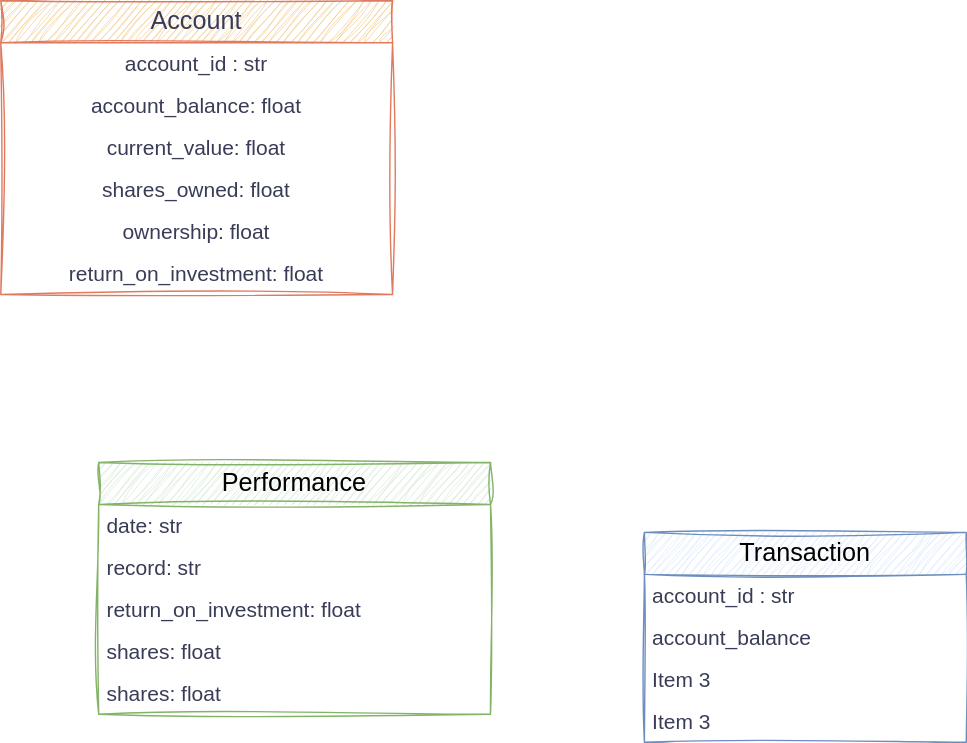
The draw.io diagram diagrams/Models.svg in bellanov/the-private-ledger, before a commit. Source tidied: cells renumbered, new cells last; positions are measured from the earlier drawing's top-left corner, leaving out a move shared by most shapes.
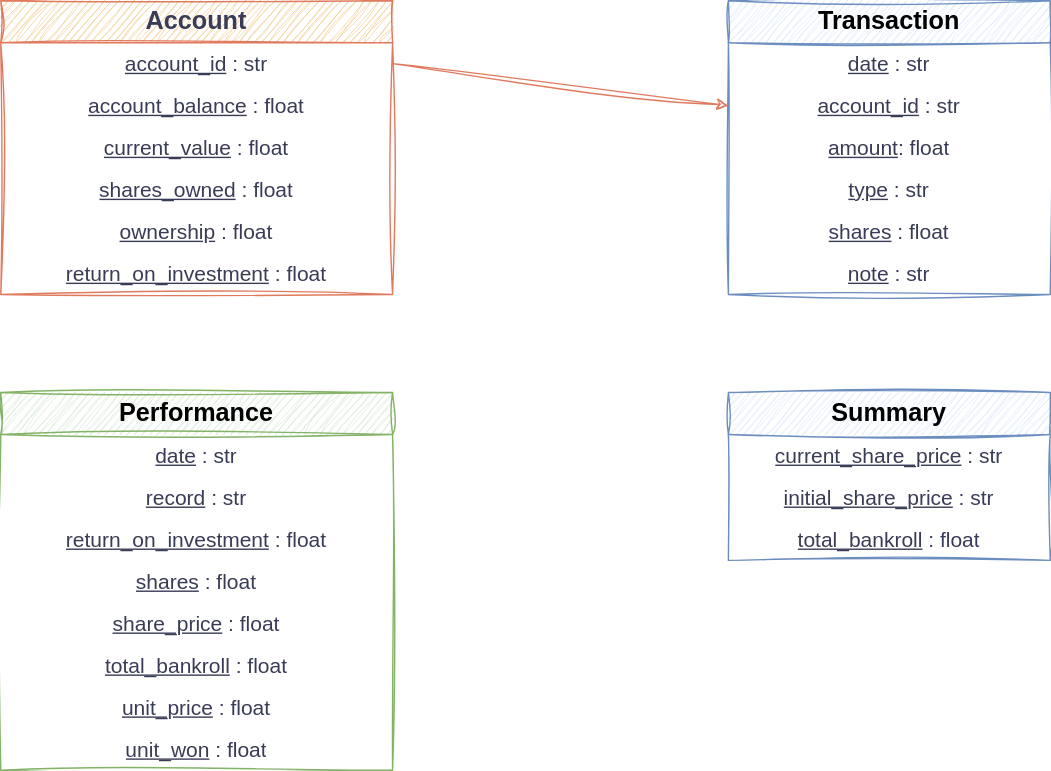
Above is the later version.

Commit message:
Initial Summary Data

Change to the diagram source:
```diff
@@ -2,59 +2,89 @@
   <root>
     <mxCell id="0" />
     <mxCell id="1" parent="0" />
-    <mxCell id="2" value="Account" style="swimlane;fontStyle=0;horizontal=1;startSize=30;whiteSpace=wrap;html=1;sketch=1;hachureGap=4;jiggle=2;curveFitting=1;strokeColor=#E07A5F;fontFamily=Helvetica;fontColor=#393C56;fillColor=#F2CC8F;fontSize=18;" parent="1" vertex="1">
+    <mxCell id="2" value="Account" style="swimlane;fontStyle=1;horizontal=1;startSize=30;whiteSpace=wrap;html=1;sketch=1;hachureGap=4;jiggle=2;curveFitting=1;strokeColor=#E07A5F;fontFamily=Helvetica;fontColor=#393C56;fillColor=#F2CC8F;fontSize=18;" parent="1" vertex="1">
       <mxGeometry width="280" height="210" as="geometry" />
     </mxCell>
-    <mxCell id="3" value="account_id : str" style="text;strokeColor=none;fillColor=none;align=center;verticalAlign=middle;spacingLeft=4;spacingRight=4;overflow=hidden;points=[[0,0.5],[1,0.5]];portConstraint=eastwest;whiteSpace=wrap;html=1;fontFamily=Helvetica;fontColor=#393C56;fontSize=15;spacingBottom=0;" parent="2" vertex="1">
+    <mxCell id="3" value="&lt;u&gt;account_id&lt;/u&gt; : str" style="text;strokeColor=none;fillColor=none;align=center;verticalAlign=middle;spacingLeft=4;spacingRight=4;overflow=hidden;points=[[0,0.5],[1,0.5]];portConstraint=eastwest;whiteSpace=wrap;html=1;fontFamily=Helvetica;fontColor=#393C56;fontSize=15;spacingBottom=0;" parent="2" vertex="1">
       <mxGeometry y="30" width="280" height="30" as="geometry" />
     </mxCell>
-    <mxCell id="4" value="account_balance: float" style="text;strokeColor=none;fillColor=none;align=center;verticalAlign=middle;spacingLeft=4;spacingRight=4;overflow=hidden;whiteSpace=wrap;html=1;fontFamily=Helvetica;fontColor=#393C56;fontSize=15;" parent="2" vertex="1">
+    <mxCell id="4" value="&lt;u&gt;account_balance&lt;/u&gt; : float" style="text;strokeColor=none;fillColor=none;align=center;verticalAlign=middle;spacingLeft=4;spacingRight=4;overflow=hidden;whiteSpace=wrap;html=1;fontFamily=Helvetica;fontColor=#393C56;fontSize=15;" parent="2" vertex="1">
       <mxGeometry y="60" width="280" height="30" as="geometry" />
     </mxCell>
-    <mxCell id="5" value="current_value: float" style="text;strokeColor=none;fillColor=none;align=center;verticalAlign=middle;spacingLeft=4;spacingRight=4;overflow=hidden;whiteSpace=wrap;html=1;fontFamily=Helvetica;fontColor=#393C56;fontSize=15;" parent="2" vertex="1">
+    <mxCell id="5" value="&lt;u&gt;current_value&lt;/u&gt; : float" style="text;strokeColor=none;fillColor=none;align=center;verticalAlign=middle;spacingLeft=4;spacingRight=4;overflow=hidden;whiteSpace=wrap;html=1;fontFamily=Helvetica;fontColor=#393C56;fontSize=15;" parent="2" vertex="1">
       <mxGeometry y="90" width="280" height="30" as="geometry" />
     </mxCell>
-    <mxCell id="6" value="shares_owned: float" style="text;strokeColor=none;fillColor=none;align=center;verticalAlign=middle;spacingLeft=4;spacingRight=4;overflow=hidden;whiteSpace=wrap;html=1;fontFamily=Helvetica;fontColor=#393C56;fontSize=15;" parent="2" vertex="1">
+    <mxCell id="6" value="&lt;u&gt;shares_owned&lt;/u&gt; : float" style="text;strokeColor=none;fillColor=none;align=center;verticalAlign=middle;spacingLeft=4;spacingRight=4;overflow=hidden;whiteSpace=wrap;html=1;fontFamily=Helvetica;fontColor=#393C56;fontSize=15;" parent="2" vertex="1">
       <mxGeometry y="120" width="280" height="30" as="geometry" />
     </mxCell>
-    <mxCell id="7" value="ownership: float" style="text;strokeColor=none;fillColor=none;align=center;verticalAlign=middle;spacingLeft=4;spacingRight=4;overflow=hidden;whiteSpace=wrap;html=1;fontFamily=Helvetica;fontColor=#393C56;fontSize=15;" parent="2" vertex="1">
+    <mxCell id="7" value="&lt;u&gt;ownership&lt;/u&gt; : float" style="text;strokeColor=none;fillColor=none;align=center;verticalAlign=middle;spacingLeft=4;spacingRight=4;overflow=hidden;whiteSpace=wrap;html=1;fontFamily=Helvetica;fontColor=#393C56;fontSize=15;" parent="2" vertex="1">
       <mxGeometry y="150" width="280" height="30" as="geometry" />
     </mxCell>
-    <mxCell id="8" value="return_on_investment: float" style="text;strokeColor=none;fillColor=none;align=center;verticalAlign=middle;spacingLeft=4;spacingRight=4;overflow=hidden;whiteSpace=wrap;html=1;fontFamily=Helvetica;fontColor=#393C56;fontSize=15;" parent="2" vertex="1">
+    <mxCell id="8" value="&lt;u&gt;return_on_investment&lt;/u&gt; : float" style="text;strokeColor=none;fillColor=none;align=center;verticalAlign=middle;spacingLeft=4;spacingRight=4;overflow=hidden;whiteSpace=wrap;html=1;fontFamily=Helvetica;fontColor=#393C56;fontSize=15;" parent="2" vertex="1">
       <mxGeometry y="180" width="280" height="30" as="geometry" />
     </mxCell>
-    <mxCell id="9" value="Performance" style="swimlane;fontStyle=0;horizontal=1;startSize=30;whiteSpace=wrap;html=1;sketch=1;hachureGap=4;jiggle=2;curveFitting=1;strokeColor=#82b366;fontFamily=Helvetica;fillColor=#d5e8d4;fontSize=18;align=center;" parent="1" vertex="1">
-      <mxGeometry x="70" y="330" width="280" height="180" as="geometry" />
+    <mxCell id="9" value="Performance" style="swimlane;fontStyle=1;horizontal=1;startSize=30;whiteSpace=wrap;html=1;sketch=1;hachureGap=4;jiggle=2;curveFitting=1;strokeColor=#82b366;fontFamily=Helvetica;fillColor=#d5e8d4;fontSize=18;align=center;" parent="1" vertex="1">
+      <mxGeometry y="280" width="280" height="270" as="geometry" />
     </mxCell>
-    <mxCell id="10" value="date: str" style="text;strokeColor=none;fillColor=none;align=left;verticalAlign=middle;spacingLeft=4;spacingRight=4;overflow=hidden;whiteSpace=wrap;html=1;fontFamily=Helvetica;fontColor=#393C56;fontSize=15;" parent="9" vertex="1">
+    <mxCell id="10" value="&lt;u&gt;date&lt;/u&gt; : str" style="text;strokeColor=none;fillColor=none;align=center;verticalAlign=middle;spacingLeft=4;spacingRight=4;overflow=hidden;whiteSpace=wrap;html=1;fontFamily=Helvetica;fontColor=#393C56;fontSize=15;" parent="9" vertex="1">
       <mxGeometry y="30" width="280" height="30" as="geometry" />
     </mxCell>
-    <mxCell id="11" value="record: str" style="text;strokeColor=none;fillColor=none;align=left;verticalAlign=middle;spacingLeft=4;spacingRight=4;overflow=hidden;whiteSpace=wrap;html=1;fontFamily=Helvetica;fontColor=#393C56;fontSize=15;" parent="9" vertex="1">
+    <mxCell id="11" value="&lt;u&gt;record&lt;/u&gt; : str" style="text;strokeColor=none;fillColor=none;align=center;verticalAlign=middle;spacingLeft=4;spacingRight=4;overflow=hidden;whiteSpace=wrap;html=1;fontFamily=Helvetica;fontColor=#393C56;fontSize=15;" parent="9" vertex="1">
       <mxGeometry y="60" width="280" height="30" as="geometry" />
     </mxCell>
-    <mxCell id="12" value="return_on_investment: float" style="text;strokeColor=none;fillColor=none;align=left;verticalAlign=middle;spacingLeft=4;spacingRight=4;overflow=hidden;whiteSpace=wrap;html=1;fontFamily=Helvetica;fontColor=#393C56;fontSize=15;" parent="9" vertex="1">
+    <mxCell id="12" value="&lt;u&gt;return_on_investment&lt;/u&gt; : float" style="text;strokeColor=none;fillColor=none;align=center;verticalAlign=middle;spacingLeft=4;spacingRight=4;overflow=hidden;whiteSpace=wrap;html=1;fontFamily=Helvetica;fontColor=#393C56;fontSize=15;" parent="9" vertex="1">
       <mxGeometry y="90" width="280" height="30" as="geometry" />
     </mxCell>
-    <mxCell id="13" value="shares: float" style="text;strokeColor=none;fillColor=none;align=left;verticalAlign=middle;spacingLeft=4;spacingRight=4;overflow=hidden;whiteSpace=wrap;html=1;fontFamily=Helvetica;fontColor=#393C56;fontSize=15;" parent="9" vertex="1">
+    <mxCell id="13" value="&lt;u&gt;shares&lt;/u&gt; : float" style="text;strokeColor=none;fillColor=none;align=center;verticalAlign=middle;spacingLeft=4;spacingRight=4;overflow=hidden;whiteSpace=wrap;html=1;fontFamily=Helvetica;fontColor=#393C56;fontSize=15;" parent="9" vertex="1">
       <mxGeometry y="120" width="280" height="30" as="geometry" />
     </mxCell>
-    <mxCell id="14" value="shares: float" style="text;strokeColor=none;fillColor=none;align=left;verticalAlign=middle;spacingLeft=4;spacingRight=4;overflow=hidden;whiteSpace=wrap;html=1;fontFamily=Helvetica;fontColor=#393C56;fontSize=15;" parent="9" vertex="1">
+    <mxCell id="14" value="&lt;u&gt;share_price&lt;/u&gt;&amp;nbsp;&lt;span style=&quot;background-color: transparent; color: light-dark(rgb(57, 60, 86), rgb(182, 184, 207));&quot;&gt;: float&lt;/span&gt;" style="text;strokeColor=none;fillColor=none;align=center;verticalAlign=middle;spacingLeft=4;spacingRight=4;overflow=hidden;whiteSpace=wrap;html=1;fontFamily=Helvetica;fontColor=#393C56;fontSize=15;" parent="9" vertex="1">
       <mxGeometry y="150" width="280" height="30" as="geometry" />
     </mxCell>
+    <mxCell id="20" value="&lt;u&gt;total_bankroll&lt;/u&gt;&amp;nbsp;&lt;span style=&quot;background-color: transparent; color: light-dark(rgb(57, 60, 86), rgb(182, 184, 207));&quot;&gt;: float&lt;/span&gt;" style="text;strokeColor=none;fillColor=none;align=center;verticalAlign=middle;spacingLeft=4;spacingRight=4;overflow=hidden;whiteSpace=wrap;html=1;fontFamily=Helvetica;fontColor=#393C56;fontSize=15;" parent="9" vertex="1">
+      <mxGeometry y="180" width="280" height="30" as="geometry" />
+    </mxCell>
+    <mxCell id="21" value="&lt;u&gt;unit_price&lt;/u&gt;&amp;nbsp;&lt;span style=&quot;background-color: transparent; color: light-dark(rgb(57, 60, 86), rgb(182, 184, 207));&quot;&gt;: float&lt;/span&gt;" style="text;strokeColor=none;fillColor=none;align=center;verticalAlign=middle;spacingLeft=4;spacingRight=4;overflow=hidden;whiteSpace=wrap;html=1;fontFamily=Helvetica;fontColor=#393C56;fontSize=15;" parent="9" vertex="1">
+      <mxGeometry y="210" width="280" height="30" as="geometry" />
+    </mxCell>
+    <mxCell id="22" value="&lt;u&gt;unit_won&lt;/u&gt;&amp;nbsp;&lt;span style=&quot;background-color: transparent; color: light-dark(rgb(57, 60, 86), rgb(182, 184, 207));&quot;&gt;: float&lt;/span&gt;" style="text;strokeColor=none;fillColor=none;align=center;verticalAlign=middle;spacingLeft=4;spacingRight=4;overflow=hidden;whiteSpace=wrap;html=1;fontFamily=Helvetica;fontColor=#393C56;fontSize=15;" parent="9" vertex="1">
+      <mxGeometry y="240" width="280" height="30" as="geometry" />
+    </mxCell>
-    <mxCell id="15" value="Transaction" style="swimlane;fontStyle=0;horizontal=1;startSize=30;whiteSpace=wrap;html=1;sketch=1;hachureGap=4;jiggle=2;curveFitting=1;strokeColor=#6c8ebf;fontFamily=Helvetica;fillColor=#dae8fc;fontSize=18;" parent="1" vertex="1">
-      <mxGeometry x="460" y="380" width="230" height="150" as="geometry" />
+    <mxCell id="15" value="Transaction" style="swimlane;fontStyle=1;horizontal=1;startSize=30;whiteSpace=wrap;html=1;sketch=1;hachureGap=4;jiggle=2;curveFitting=1;strokeColor=#6c8ebf;fontFamily=Helvetica;fillColor=#dae8fc;fontSize=18;" parent="1" vertex="1">
+      <mxGeometry x="520" width="230" height="210" as="geometry" />
     </mxCell>
+    <mxCell id="18" value="&lt;u&gt;date&lt;/u&gt; : str" style="text;strokeColor=none;fillColor=none;align=center;verticalAlign=middle;spacingLeft=4;spacingRight=4;overflow=hidden;whiteSpace=wrap;html=1;fontFamily=Helvetica;fontColor=#393C56;fontSize=15;labelBorderColor=none;rounded=0;shadow=0;" parent="15" vertex="1">
+      <mxGeometry y="30" width="230" height="30" as="geometry" />
+    </mxCell>
-    <mxCell id="16" value="account_id : str" style="text;strokeColor=none;fillColor=none;align=left;verticalAlign=middle;spacingLeft=4;spacingRight=4;overflow=hidden;points=[[0,0.5],[1,0.5]];portConstraint=eastwest;whiteSpace=wrap;html=1;fontFamily=Helvetica;fontColor=#393C56;fontSize=15;" parent="15" vertex="1">
-      <mxGeometry y="30" width="230" height="30" as="geometry" />
+    <mxCell id="16" value="&lt;u&gt;account_id&lt;/u&gt;&amp;nbsp;: str" style="text;strokeColor=none;fillColor=none;align=center;verticalAlign=middle;spacingLeft=4;spacingRight=4;overflow=hidden;points=[[0,0.5],[1,0.5]];portConstraint=eastwest;whiteSpace=wrap;html=1;fontFamily=Helvetica;fontColor=#393C56;fontSize=15;" parent="15" vertex="1">
+      <mxGeometry y="60" width="230" height="30" as="geometry" />
     </mxCell>
-    <mxCell id="17" value="account_balance" style="text;strokeColor=none;fillColor=none;align=left;verticalAlign=middle;spacingLeft=4;spacingRight=4;overflow=hidden;whiteSpace=wrap;html=1;fontFamily=Helvetica;fontColor=#393C56;fontSize=15;" parent="15" vertex="1">
-      <mxGeometry y="60" width="230" height="30" as="geometry" />
+    <mxCell id="17" value="&lt;u&gt;amount&lt;/u&gt;: float" style="text;strokeColor=none;fillColor=none;align=center;verticalAlign=middle;spacingLeft=4;spacingRight=4;overflow=hidden;whiteSpace=wrap;html=1;fontFamily=Helvetica;fontColor=#393C56;fontSize=15;" parent="15" vertex="1">
+      <mxGeometry y="90" width="230" height="30" as="geometry" />
     </mxCell>
-    <mxCell id="18" value="Item 3" style="text;strokeColor=none;fillColor=none;align=left;verticalAlign=middle;spacingLeft=4;spacingRight=4;overflow=hidden;whiteSpace=wrap;html=1;fontFamily=Helvetica;fontColor=#393C56;fontSize=15;" parent="15" vertex="1">
-      <mxGeometry y="90" width="230" height="30" as="geometry" />
-    </mxCell>
-    <mxCell id="19" value="Item 3" style="text;strokeColor=none;fillColor=none;align=left;verticalAlign=middle;spacingLeft=4;spacingRight=4;overflow=hidden;whiteSpace=wrap;html=1;fontFamily=Helvetica;fontColor=#393C56;fontSize=15;" parent="15" vertex="1">
+    <mxCell id="19" value="&lt;u&gt;type&lt;/u&gt;&amp;nbsp;: str" style="text;strokeColor=none;fillColor=none;align=center;verticalAlign=middle;spacingLeft=4;spacingRight=4;overflow=hidden;whiteSpace=wrap;html=1;fontFamily=Helvetica;fontColor=#393C56;fontSize=15;" parent="15" vertex="1">
       <mxGeometry y="120" width="230" height="30" as="geometry" />
     </mxCell>
+    <mxCell id="23" value="&lt;u&gt;shares&lt;/u&gt; : float" style="text;strokeColor=none;fillColor=none;align=center;verticalAlign=middle;spacingLeft=4;spacingRight=4;overflow=hidden;whiteSpace=wrap;html=1;fontFamily=Helvetica;fontColor=#393C56;fontSize=15;" parent="15" vertex="1">
+      <mxGeometry y="150" width="230" height="30" as="geometry" />
+    </mxCell>
+    <mxCell id="24" value="&lt;u&gt;note&lt;/u&gt; : str" style="text;strokeColor=none;fillColor=none;align=center;verticalAlign=middle;spacingLeft=4;spacingRight=4;overflow=hidden;whiteSpace=wrap;html=1;fontFamily=Helvetica;fontColor=#393C56;fontSize=15;" parent="15" vertex="1">
+      <mxGeometry y="180" width="230" height="30" as="geometry" />
+    </mxCell>
+    <mxCell id="25" value="Summary" style="swimlane;fontStyle=1;horizontal=1;startSize=30;whiteSpace=wrap;html=1;sketch=1;hachureGap=4;jiggle=2;curveFitting=1;strokeColor=#6c8ebf;fontFamily=Helvetica;fillColor=#dae8fc;fontSize=18;" parent="1" vertex="1">
+      <mxGeometry x="520" y="280" width="230" height="120" as="geometry" />
+    </mxCell>
+    <mxCell id="26" value="&lt;u&gt;current_share_price&lt;/u&gt; : str" style="text;strokeColor=none;fillColor=none;align=center;verticalAlign=middle;spacingLeft=4;spacingRight=4;overflow=hidden;whiteSpace=wrap;html=1;fontFamily=Helvetica;fontColor=#393C56;fontSize=15;" parent="25" vertex="1">
+      <mxGeometry y="30" width="230" height="30" as="geometry" />
+    </mxCell>
+    <mxCell id="27" value="&lt;u&gt;initial_share_price&lt;/u&gt; : str" style="text;strokeColor=none;fillColor=none;align=center;verticalAlign=middle;spacingLeft=4;spacingRight=4;overflow=hidden;whiteSpace=wrap;html=1;fontFamily=Helvetica;fontColor=#393C56;fontSize=15;" parent="25" vertex="1">
+      <mxGeometry y="60" width="230" height="30" as="geometry" />
+    </mxCell>
+    <mxCell id="28" value="&lt;u&gt;total_bankroll&lt;/u&gt; : float" style="text;strokeColor=none;fillColor=none;align=center;verticalAlign=middle;spacingLeft=4;spacingRight=4;overflow=hidden;whiteSpace=wrap;html=1;fontFamily=Helvetica;fontColor=#393C56;fontSize=15;" parent="25" vertex="1">
+      <mxGeometry y="90" width="230" height="30" as="geometry" />
+    </mxCell>
+    <mxCell id="29" style="endArrow=classic;html=1;rounded=0;sketch=1;hachureGap=4;jiggle=2;curveFitting=1;strokeColor=#E07A5F;fontFamily=Architects Daughter;fontSource=https%3A%2F%2Ffonts.googleapis.com%2Fcss%3Ffamily%3DArchitects%2BDaughter;fontColor=#393C56;fillColor=#F2CC8F;exitX=1;exitY=0.5;exitDx=0;exitDy=0;entryX=0;entryY=0.5;entryDx=0;entryDy=0;" parent="1" edge="1" source="3" target="16">
+      <mxGeometry relative="1" as="geometry" />
+    </mxCell>
   </root>
 </mxGraphModel>
```
